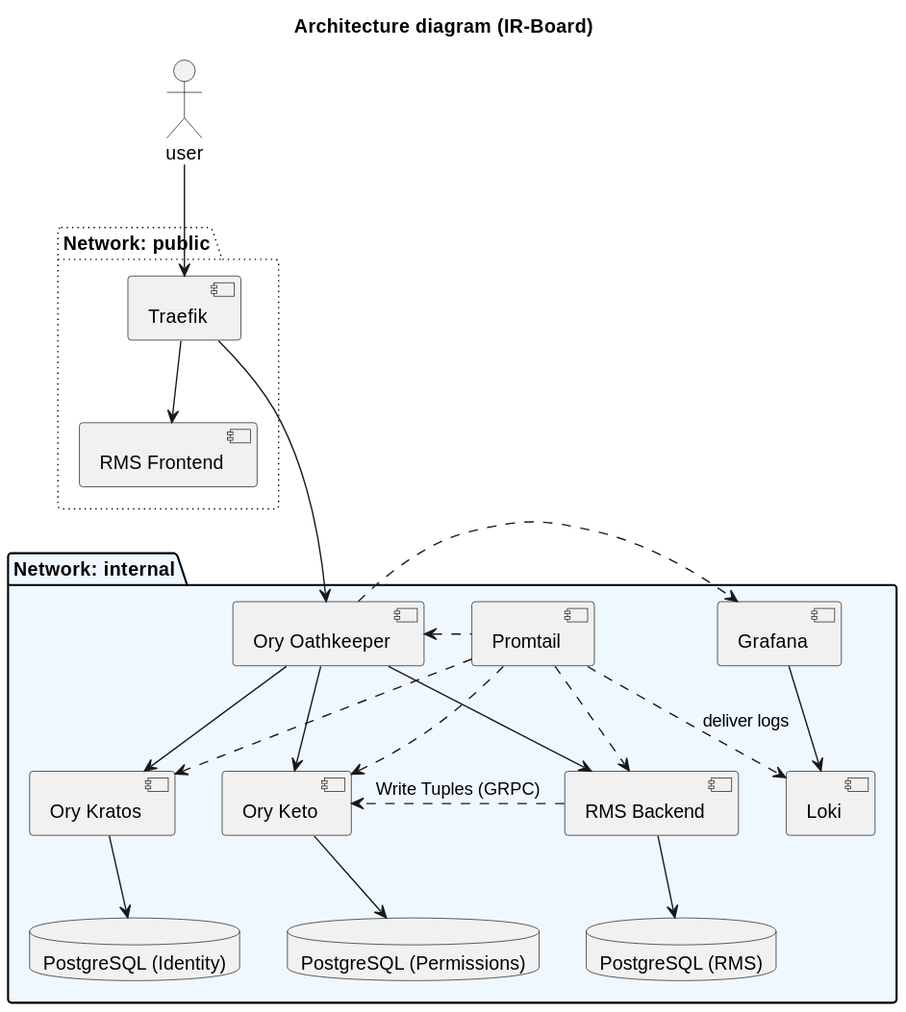
Above: docs/diagrams/ArchitectureC2.svg in Y4vra/IRBoard (PlantUML), before the change.
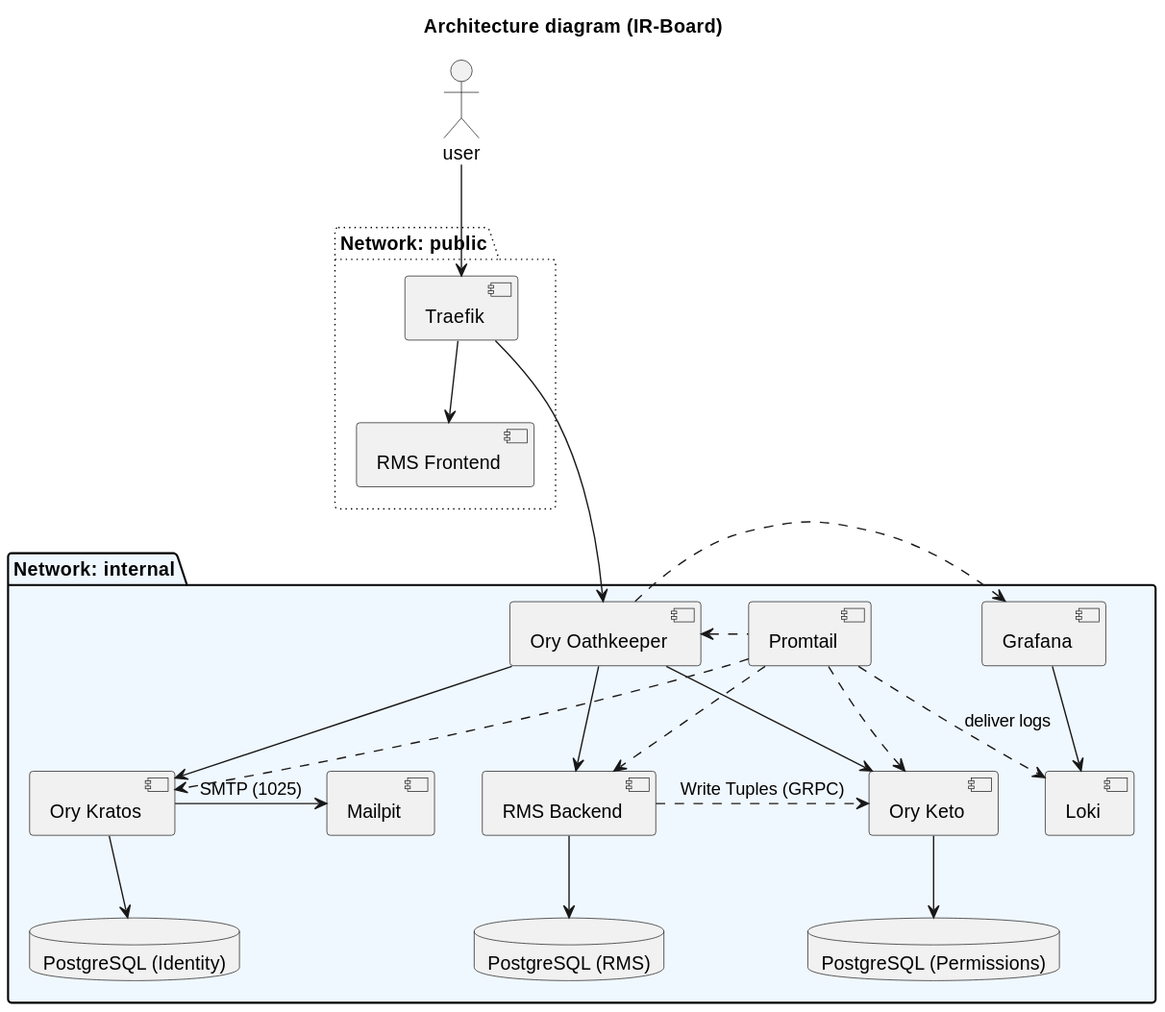
After the change.

Diff of the diagram source:
```diff
@@ -16,6 +16,7 @@
     [Loki]
     [Grafana]
     [Promtail]
+    [Mailpit] as mail
 
     database "PostgreSQL (RMS)" as db_rms
     database "PostgreSQL (Identity)" as db_auth
@@ -32,6 +33,8 @@
 
 proxy -down-> backend
 
+kratos -> mail : SMTP (1025)
+
 backend .> keto : Write Tuples (GRPC)
 
 backend -down-> db_rms
```
